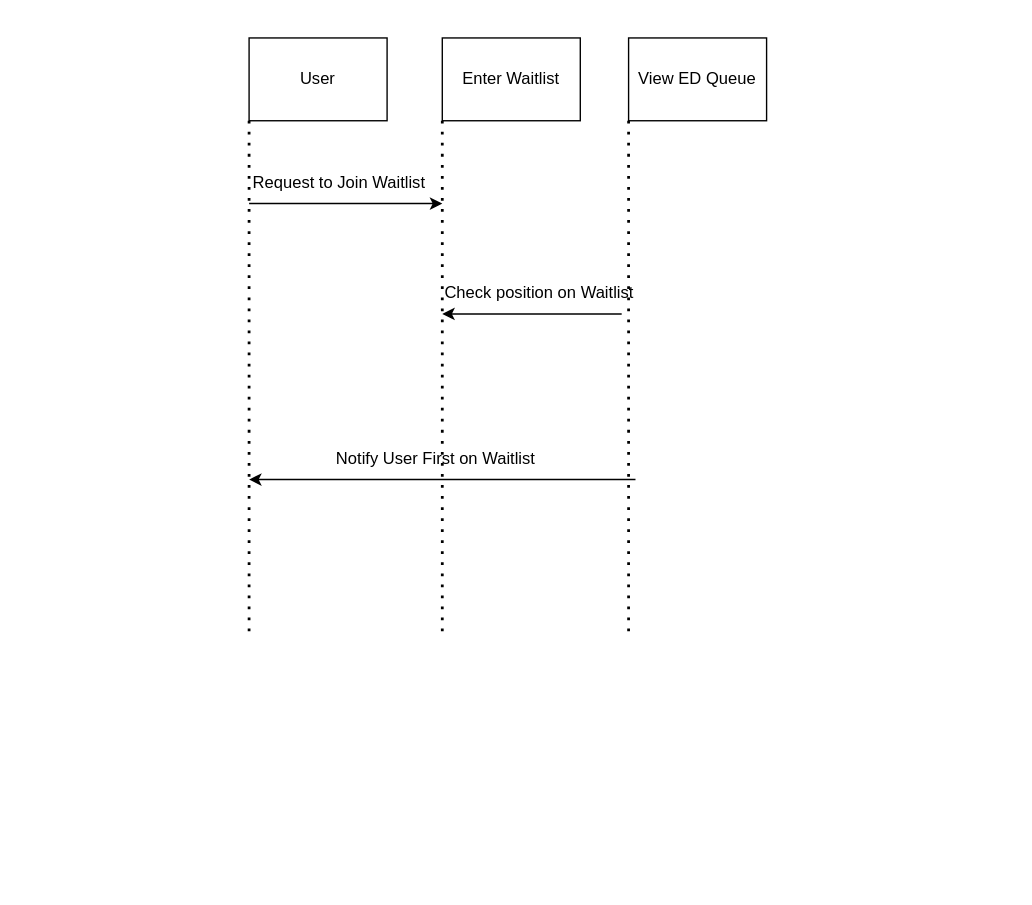
The draw.io diagram images/WaitlistSequenceDiagram.drawio in uvic-teach/project-m1-team1, before the edit. Source tidied: cells renumbered, new cells numbered last; positions are measured from the earlier drawing's top-left corner, leaving out a move shared by most shapes. Both pictures are drawn from the tidied source at 138%, with x=0, y=0 at pixel (235, 37).
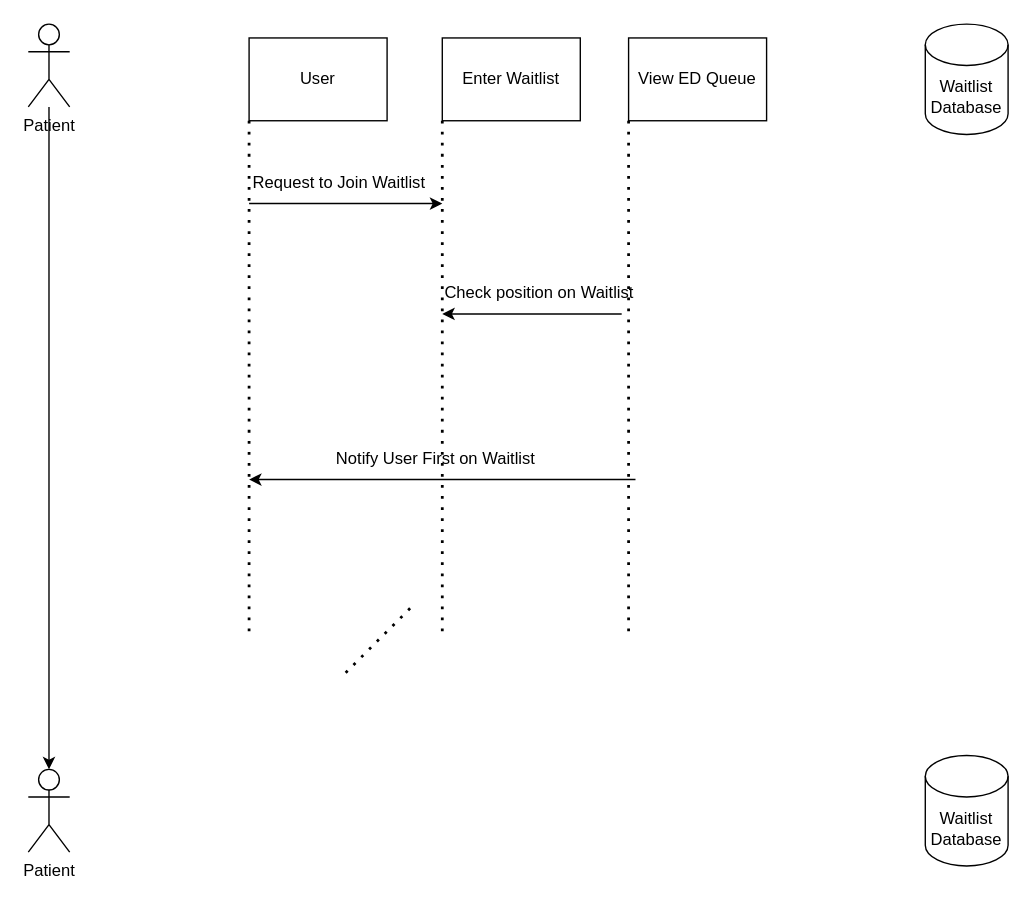
After the change.

Diff of the diagram source:
```diff
@@
+    <mxCell id="14" style="edgeStyle=orthogonalEdgeStyle;rounded=0;jettySize=auto;html=1;" parent="1" edge="1" source="15" target="16">
+      <mxGeometry relative="1" as="geometry" />
+    </mxCell>
+    <mxCell id="15" value="Patient&lt;br&gt;" style="shape=umlActor;verticalLabelPosition=bottom;verticalAlign=top;html=1;outlineConnect=0;" parent="1" vertex="1">
+      <mxGeometry x="-150" y="-10" width="30" height="60" as="geometry" />
+    </mxCell>
+    <mxCell id="16" value="Patient" style="shape=umlActor;verticalLabelPosition=bottom;verticalAlign=top;html=1;outlineConnect=0;" parent="1" vertex="1">
+      <mxGeometry x="-150" y="530" width="30" height="60" as="geometry" />
+    </mxCell>
+    <mxCell id="17" value="Waitlist&lt;br&gt;Database" style="shape=cylinder3;whiteSpace=wrap;html=1;boundedLbl=1;backgroundOutline=1;size=15;" parent="1" vertex="1">
+      <mxGeometry x="500" y="-10" width="60" height="80" as="geometry" />
+    </mxCell>
+    <mxCell id="18" value="Waitlist&lt;br&gt;Database" style="shape=cylinder3;whiteSpace=wrap;html=1;boundedLbl=1;backgroundOutline=1;size=15;" parent="1" vertex="1">
+      <mxGeometry x="500" y="520" width="60" height="80" as="geometry" />
+    </mxCell>
+    <mxCell id="19" style="endArrow=none;dashed=1;html=1;dashPattern=1 3;strokeWidth=2;rounded=0;" parent="1" edge="1">
+      <mxGeometry relative="1" as="geometry">
+        <mxPoint x="80" y="460" as="sourcePoint" />
+        <mxPoint x="130" y="410" as="targetPoint" />
+      </mxGeometry>
+    </mxCell>
```
